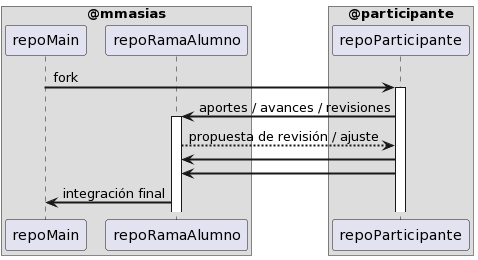
Above: images/estrategiaTrabajo.png in mmasias/IdSw1-22-23 (PlantUML), before the change.
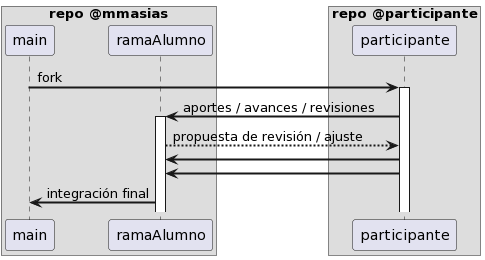
The same diagram one commit later.

Commit message:
ajuste imagen

Change to the diagram source:
```diff
@@ -1,28 +1,28 @@
 @startuml
 skinparam sequenceArrowThickness 2
 
-box @mmasias
-participant repoMain
-participant repoRamaAlumno
+box repo @mmasias
+participant main
+participant ramaAlumno
 end box
 
-box @participante
-participant repoParticipante
+box repo @participante
+participant participante
 end box
 
-repoMain -> repoParticipante: fork
+main -> participante: fork
 
-activate repoParticipante
+activate participante
 
-repoParticipante -> repoRamaAlumno : aportes / avances / revisiones
+participante -> ramaAlumno : aportes / avances / revisiones
 
-activate repoRamaAlumno
+activate ramaAlumno
 
-repoRamaAlumno --> repoParticipante : propuesta de revisión / ajuste
+ramaAlumno --> participante : propuesta de revisión / ajuste
 
-repoParticipante -> repoRamaAlumno
+participante -> ramaAlumno
 
-repoParticipante -> repoRamaAlumno
+participante -> ramaAlumno
 
-repoRamaAlumno -> repoMain: integración final
+ramaAlumno -> main: integración final
 @enduml
```
